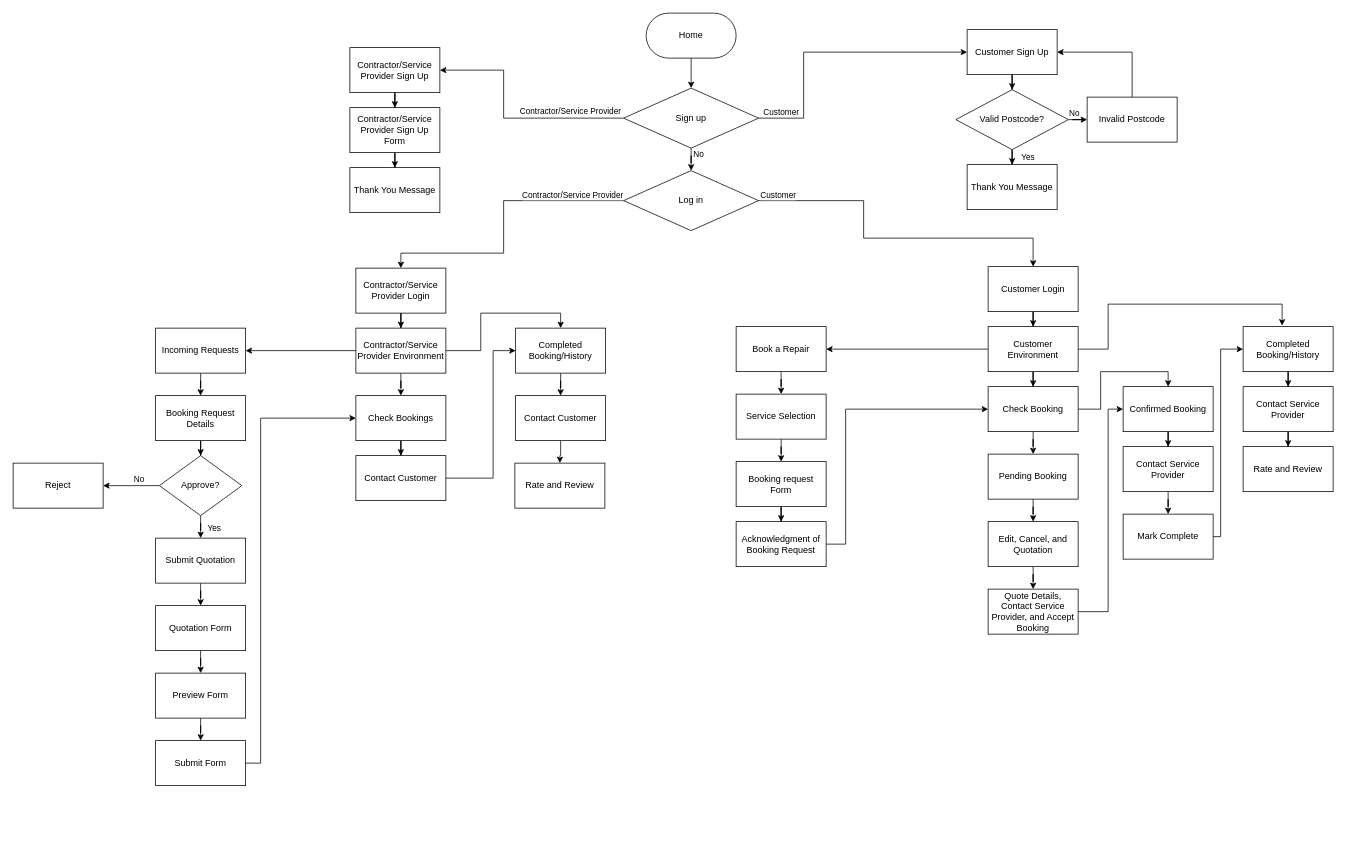
Before: WDT Flowchart.drawio in JussSelenite/JussSelenite, a draw.io diagram. Source tidied: cells renumbered, new cells numbered last; positions are measured from the earlier drawing's top-left corner, leaving out a move shared by most shapes. Both pictures are drawn from the tidied source at 75%, with x=0, y=0 at pixel (13, 13).
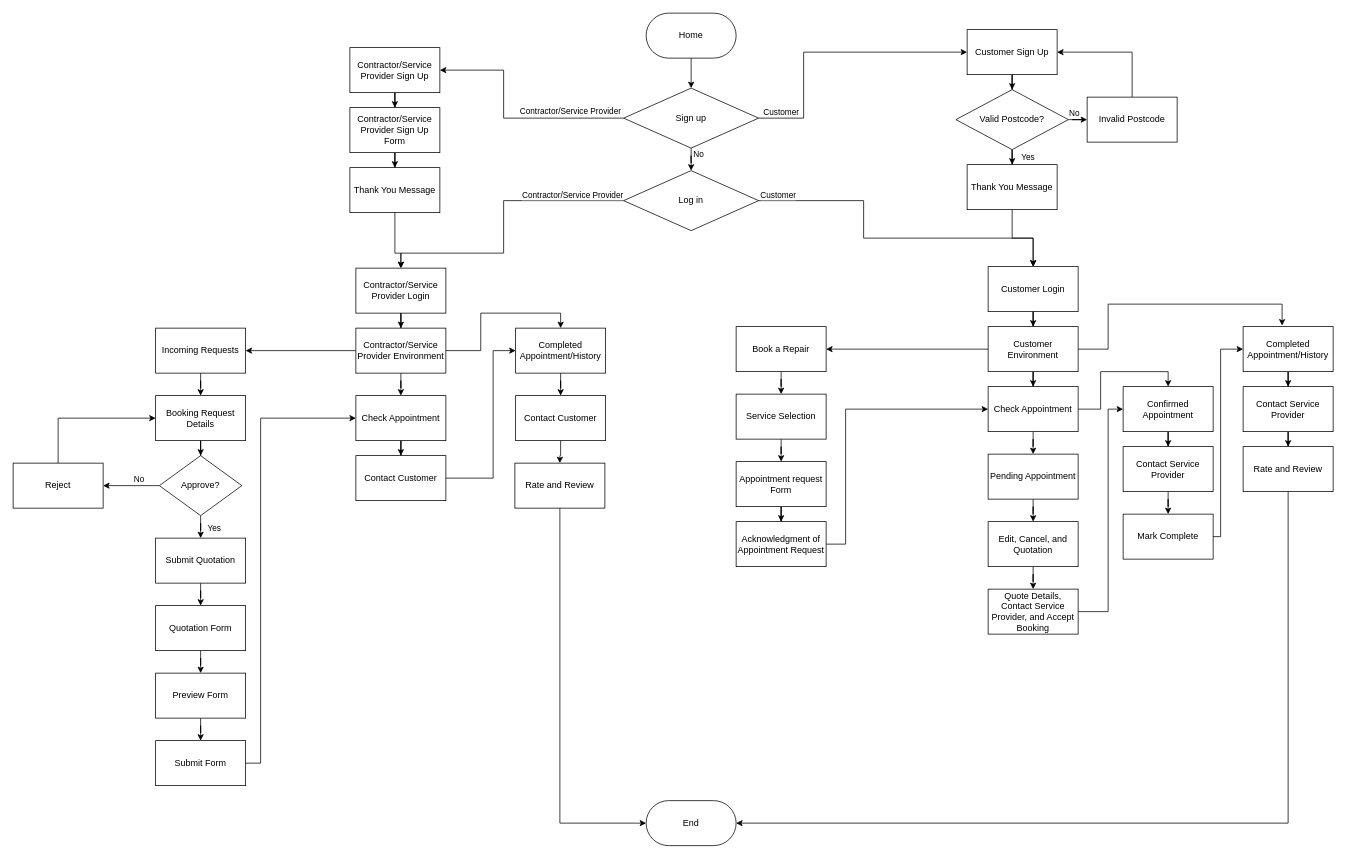
After the change.

Unchanged cells that the change refers to:
```xml
<mxCell id="22" value="Thank You Message" style="rounded=0;whiteSpace=wrap;html=1;" parent="1" vertex="1">
  <mxGeometry x="1272" y="202" width="120" height="60" as="geometry" />
</mxCell>
<mxCell id="24" value="Customer Login" style="rounded=0;whiteSpace=wrap;html=1;" parent="1" vertex="1">
  <mxGeometry x="1300" y="338" width="120" height="60" as="geometry" />
</mxCell>
<mxCell id="53" value="Rate and Review" style="rounded=0;whiteSpace=wrap;html=1;" parent="1" vertex="1">
  <mxGeometry x="1640" y="578" width="120" height="60" as="geometry" />
</mxCell>
<mxCell id="59" value="Thank You Message" style="rounded=0;whiteSpace=wrap;html=1;" parent="1" vertex="1">
  <mxGeometry x="449" y="206" width="120" height="60" as="geometry" />
</mxCell>
<mxCell id="61" value="Contractor/Service Provider Login" style="rounded=0;whiteSpace=wrap;html=1;" parent="1" vertex="1">
  <mxGeometry x="457" y="340" width="120" height="60" as="geometry" />
</mxCell>
<mxCell id="73" value="Booking Request Details" style="rounded=0;whiteSpace=wrap;html=1;" parent="1" vertex="1">
  <mxGeometry x="190" y="510" width="120" height="60" as="geometry" />
</mxCell>
<mxCell id="79" value="Reject" style="whiteSpace=wrap;html=1;" parent="1" vertex="1">
  <mxGeometry y="600" width="120" height="60" as="geometry" />
</mxCell>
<mxCell id="91" value="Rate and Review" style="rounded=0;whiteSpace=wrap;html=1;" parent="1" vertex="1">
  <mxGeometry x="669" y="600" width="120" height="60" as="geometry" />
</mxCell>
```

The edit, as a diff of the source:
```diff
@@
-    <mxCell id="33" value="Check Booking" style="rounded=0;whiteSpace=wrap;html=1;" parent="1" vertex="1">
+    <mxCell id="33" value="Check Appointment" style="rounded=0;whiteSpace=wrap;html=1;" parent="1" vertex="1">
       <mxGeometry x="1300" y="498" width="120" height="60" as="geometry" />
     </mxCell>
@@
-    <mxCell id="35" value="Completed Booking/History" style="rounded=0;whiteSpace=wrap;html=1;" parent="1" vertex="1">
+    <mxCell id="35" value="Completed Appointment/History" style="rounded=0;whiteSpace=wrap;html=1;" parent="1" vertex="1">
       <mxGeometry x="1640" y="418" width="120" height="60" as="geometry" />
     </mxCell>
@@
-    <mxCell id="39" value="Booking request Form" style="rounded=0;whiteSpace=wrap;html=1;" parent="1" vertex="1">
+    <mxCell id="39" value="Appointment request Form" style="rounded=0;whiteSpace=wrap;html=1;" parent="1" vertex="1">
       <mxGeometry x="964" y="598" width="120" height="60" as="geometry" />
     </mxCell>
-    <mxCell id="40" value="Acknowledgment of Booking Request" style="rounded=0;whiteSpace=wrap;html=1;" parent="1" vertex="1">
+    <mxCell id="40" value="Acknowledgment of Appointment Request" style="rounded=0;whiteSpace=wrap;html=1;" parent="1" vertex="1">
       <mxGeometry x="964" y="678" width="120" height="60" as="geometry" />
     </mxCell>
@@
-    <mxCell id="42" value="Pending Booking" style="rounded=0;whiteSpace=wrap;html=1;" parent="1" vertex="1">
+    <mxCell id="42" value="Pending Appointment" style="rounded=0;whiteSpace=wrap;html=1;" parent="1" vertex="1">
       <mxGeometry x="1300" y="588" width="120" height="60" as="geometry" />
     </mxCell>
@@
-    <mxCell id="44" value="Confirmed Booking" style="rounded=0;whiteSpace=wrap;html=1;" parent="1" vertex="1">
+    <mxCell id="44" value="Confirmed Appointment" style="rounded=0;whiteSpace=wrap;html=1;" parent="1" vertex="1">
       <mxGeometry x="1480" y="498" width="120" height="60" as="geometry" />
     </mxCell>
@@
-    <mxCell id="69" value="Completed Booking/History" style="rounded=0;whiteSpace=wrap;html=1;" parent="1" vertex="1">
+    <mxCell id="69" value="Completed Appointment/History" style="rounded=0;whiteSpace=wrap;html=1;" parent="1" vertex="1">
       <mxGeometry x="670" y="420" width="120" height="60" as="geometry" />
     </mxCell>
@@
-    <mxCell id="71" value="Check Bookings" style="rounded=0;whiteSpace=wrap;html=1;" parent="1" vertex="1">
+    <mxCell id="71" value="Check Appointment" style="rounded=0;whiteSpace=wrap;html=1;" parent="1" vertex="1">
       <mxGeometry x="457" y="510" width="120" height="60" as="geometry" />
     </mxCell>
@@
+    <mxCell id="98" style="endArrow=classic;html=1;rounded=0;entryX=0;entryY=0.5;entryDx=0;entryDy=0;exitX=0.5;exitY=0;exitDx=0;exitDy=0;" parent="1" edge="1" source="79" target="73">
+      <mxGeometry relative="1" as="geometry">
+        <Array as="points">
+          <mxPoint x="60" y="540" />
+        </Array>
+      </mxGeometry>
+    </mxCell>
+    <mxCell id="99" style="endArrow=classic;html=1;rounded=0;entryX=0.5;entryY=0;entryDx=0;entryDy=0;exitX=0.5;exitY=1;exitDx=0;exitDy=0;" parent="1" edge="1" source="22" target="24">
+      <mxGeometry relative="1" as="geometry">
+        <Array as="points">
+          <mxPoint x="1332" y="300" />
+          <mxPoint x="1360" y="300" />
+        </Array>
+      </mxGeometry>
+    </mxCell>
+    <mxCell id="100" style="endArrow=classic;html=1;rounded=0;entryX=0.5;entryY=0;entryDx=0;entryDy=0;exitX=0.5;exitY=1;exitDx=0;exitDy=0;" parent="1" edge="1" source="59" target="61">
+      <mxGeometry relative="1" as="geometry">
+        <Array as="points">
+          <mxPoint x="509" y="320" />
+          <mxPoint x="517" y="320" />
+        </Array>
+      </mxGeometry>
+    </mxCell>
+    <mxCell id="101" value="End" style="rounded=1;whiteSpace=wrap;html=1;arcSize=50;" parent="1" vertex="1">
+      <mxGeometry x="844" y="1050" width="120" height="60" as="geometry" />
+    </mxCell>
+    <mxCell id="102" style="endArrow=classic;html=1;rounded=0;entryX=0;entryY=0.5;entryDx=0;entryDy=0;exitX=0.5;exitY=1;exitDx=0;exitDy=0;" parent="1" edge="1" source="91" target="101">
+      <mxGeometry relative="1" as="geometry">
+        <Array as="points">
+          <mxPoint x="729" y="1080" />
+        </Array>
+      </mxGeometry>
+    </mxCell>
+    <mxCell id="103" style="endArrow=classic;html=1;rounded=0;entryX=1;entryY=0.5;entryDx=0;entryDy=0;exitX=0.5;exitY=1;exitDx=0;exitDy=0;" parent="1" edge="1" source="53" target="101">
+      <mxGeometry relative="1" as="geometry">
+        <Array as="points">
+          <mxPoint x="1700" y="1080" />
+        </Array>
+      </mxGeometry>
+    </mxCell>
```
